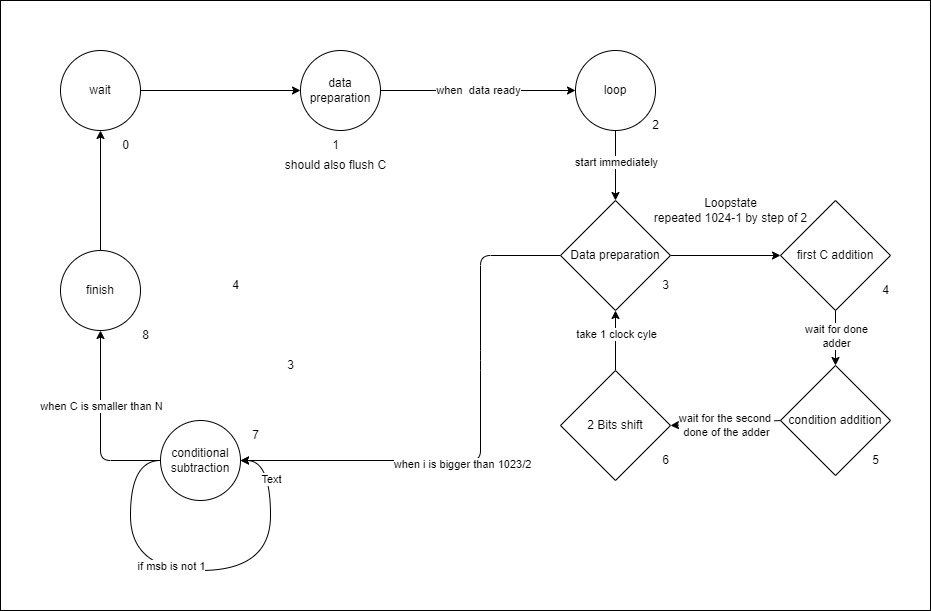
Earlier version of the draw.io export fsm.png (Tfloow/Montgomery). Source tidied: cells renumbered, new cells last; positions are measured from the earlier drawing's top-left corner, leaving out a move shared by most shapes.
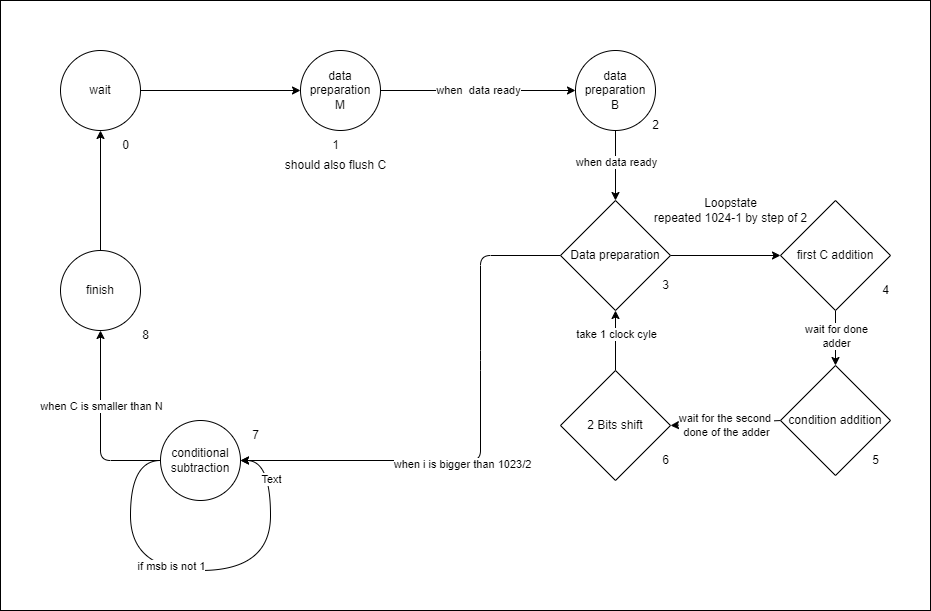
The same file after the commit.

Diff of the diagram source:
```diff
@@ -14,16 +14,16 @@
     <mxCell id="5" value="when&amp;nbsp; data ready" style="edgeStyle=none;html=1;entryX=0;entryY=0.5;entryDx=0;entryDy=0;" parent="1" edge="1" source="6" target="9">
       <mxGeometry relative="1" as="geometry" />
     </mxCell>
-    <mxCell id="6" value="data preparation" style="ellipse;whiteSpace=wrap;html=1;" parent="1" vertex="1">
+    <mxCell id="6" value="data preparation&lt;br&gt;M" style="ellipse;whiteSpace=wrap;html=1;" parent="1" vertex="1">
       <mxGeometry x="300" y="50" width="80" height="80" as="geometry" />
     </mxCell>
     <mxCell id="7" style="edgeStyle=none;html=1;entryX=0.5;entryY=0;entryDx=0;entryDy=0;" parent="1" edge="1" source="9" target="37">
       <mxGeometry relative="1" as="geometry" />
     </mxCell>
-    <mxCell id="8" value="start immediately" style="edgeLabel;html=1;align=center;verticalAlign=middle;" parent="7" vertex="1">
+    <mxCell id="8" value="when data ready" style="edgeLabel;html=1;align=center;verticalAlign=middle;" parent="7" vertex="1">
       <mxGeometry x="-0.12" relative="1" as="geometry" />
     </mxCell>
-    <mxCell id="9" value="loop" style="ellipse;whiteSpace=wrap;html=1;" parent="1" vertex="1">
+    <mxCell id="9" value="data preparation &lt;br&gt;B" style="ellipse;whiteSpace=wrap;html=1;" parent="1" vertex="1">
       <mxGeometry x="575" y="50" width="80" height="80" as="geometry" />
     </mxCell>
     <mxCell id="10" style="edgeStyle=none;html=1;entryX=0.5;entryY=1;entryDx=0;entryDy=0;" parent="1" edge="1" source="15" target="17">
@@ -119,12 +119,6 @@
     <mxCell id="33" value="2" style="text;html=1;align=center;verticalAlign=middle;strokeColor=none;fillColor=none;" parent="1" vertex="1">
       <mxGeometry x="640" y="110" width="30" height="30" as="geometry" />
     </mxCell>
-    <mxCell id="34" value="3" style="text;html=1;align=center;verticalAlign=middle;strokeColor=none;fillColor=none;" parent="1" vertex="1">
-      <mxGeometry x="275" y="350" width="30" height="30" as="geometry" />
-    </mxCell>
-    <mxCell id="35" value="4" style="text;html=1;align=center;verticalAlign=middle;strokeColor=none;fillColor=none;" parent="1" vertex="1">
-      <mxGeometry x="220" y="270" width="30" height="30" as="geometry" />
-    </mxCell>
     <mxCell id="36" style="edgeStyle=none;html=1;entryX=0;entryY=0.5;entryDx=0;entryDy=0;" parent="1" edge="1" source="37" target="22">
       <mxGeometry relative="1" as="geometry" />
     </mxCell>
```
